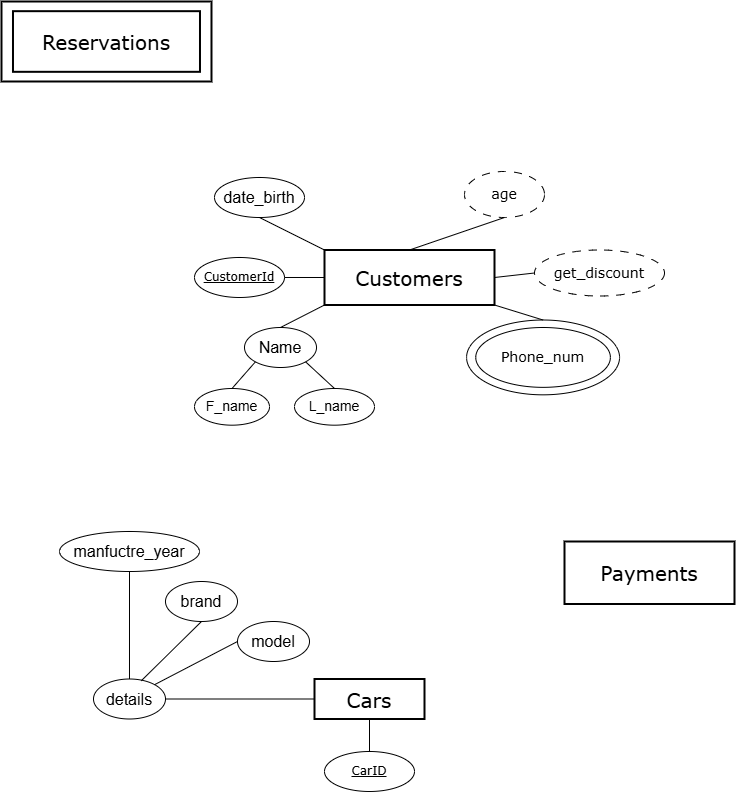
Earlier version of the draw.io export ER Diagram.drawio.png (haneen1705/ERDs). Source tidied: cells renumbered, new cells last; positions are measured from the earlier drawing's top-left corner, leaving out a move shared by most shapes.
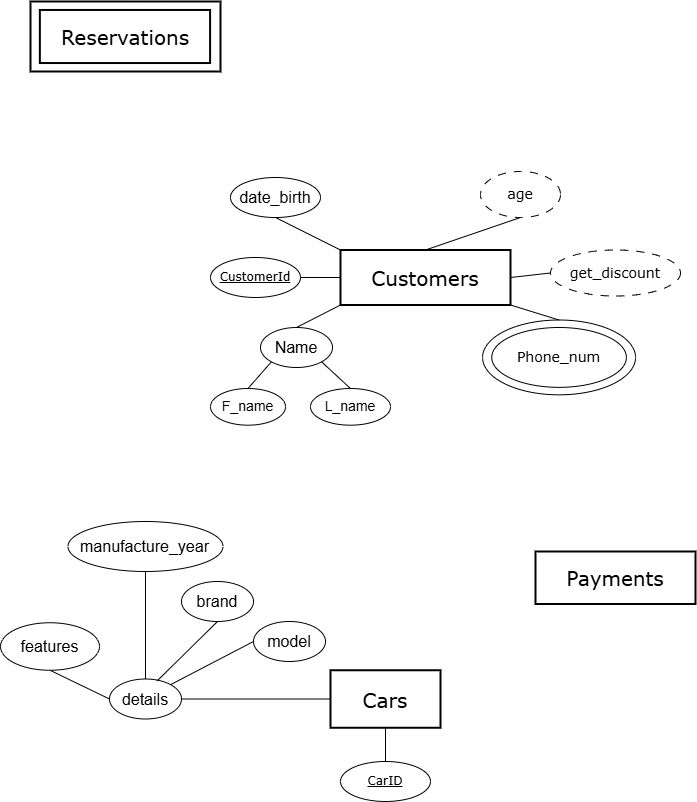
Later version of the same file.

What changed in the source:
```diff
@@ -6,19 +6,19 @@
       <mxGeometry x="323" y="248.5" width="170" height="55" as="geometry" />
     </mxCell>
     <mxCell id="3" value="&lt;font face=&quot;Verdana&quot; style=&quot;font-size: 20px;&quot;&gt;Cars&lt;/font&gt;" style="rounded=0;whiteSpace=wrap;html=1;strokeWidth=2;" parent="1" vertex="1">
-      <mxGeometry x="313" y="677.5" width="110" height="40" as="geometry" />
+      <mxGeometry x="313" y="668.8" width="110" height="57.5" as="geometry" />
     </mxCell>
     <mxCell id="4" value="&lt;font face=&quot;Verdana&quot;&gt;&lt;span style=&quot;font-size: 20px;&quot;&gt;Payments&lt;/span&gt;&lt;/font&gt;" style="rounded=0;whiteSpace=wrap;html=1;strokeWidth=2;" parent="1" vertex="1">
-      <mxGeometry x="563" y="540" width="170" height="62.5" as="geometry" />
+      <mxGeometry x="518" y="550" width="160" height="52.5" as="geometry" />
     </mxCell>
     <mxCell id="5" style="group;" parent="1" vertex="1">
-      <mxGeometry width="210" height="80" as="geometry" />
+      <mxGeometry x="13" width="190" height="70" as="geometry" />
     </mxCell>
     <mxCell id="6" value="&lt;font face=&quot;Verdana&quot; style=&quot;font-size: 20px;&quot;&gt;Reservations&lt;/font&gt;" style="rounded=0;whiteSpace=wrap;html=1;strokeWidth=2;" parent="5" vertex="1">
-      <mxGeometry width="210" height="80" as="geometry" />
+      <mxGeometry width="190" height="70" as="geometry" />
     </mxCell>
     <mxCell id="7" style="rounded=0;whiteSpace=wrap;html=1;strokeWidth=2;fillColor=none;" parent="5" vertex="1">
-      <mxGeometry x="11.5" y="9.7" width="187" height="60.6" as="geometry" />
+      <mxGeometry x="9.4" y="8.5" width="170.2" height="53.1" as="geometry" />
     </mxCell>
     <mxCell id="8" style="endArrow=none;html=1;rounded=0;entryX=0;entryY=1;entryDx=0;entryDy=0;exitX=0.5;exitY=0;exitDx=0;exitDy=0;" parent="1" edge="1" source="20" target="2">
       <mxGeometry relative="1" as="geometry" />
@@ -72,7 +72,7 @@
       <mxGeometry relative="1" as="geometry" />
     </mxCell>
     <mxCell id="25" value="&lt;u&gt;&lt;font face=&quot;Verdana&quot;&gt;CarID&lt;/font&gt;&lt;/u&gt;" style="ellipse;whiteSpace=wrap;html=1;" parent="1" vertex="1">
-      <mxGeometry x="323" y="750" width="90" height="40" as="geometry" />
+      <mxGeometry x="323" y="760" width="90" height="40" as="geometry" />
     </mxCell>
     <mxCell id="26" style="endArrow=none;html=1;rounded=0;entryX=0.5;entryY=1;entryDx=0;entryDy=0;exitX=0.5;exitY=0;exitDx=0;exitDy=0;" parent="1" edge="1" source="25" target="3">
       <mxGeometry relative="1" as="geometry" />
@@ -95,8 +95,8 @@
     <mxCell id="32" value="&lt;font style=&quot;font-size: 16px;&quot;&gt;model&lt;/font&gt;" style="ellipse;whiteSpace=wrap;html=1;" parent="1" vertex="1">
       <mxGeometry x="236" y="620" width="72" height="40" as="geometry" />
     </mxCell>
-    <mxCell id="33" value="&lt;font style=&quot;font-size: 16px;&quot;&gt;manfuctre_year&lt;/font&gt;" style="ellipse;whiteSpace=wrap;html=1;" parent="1" vertex="1">
-      <mxGeometry x="58" y="530" width="140" height="40" as="geometry" />
+    <mxCell id="33" value="&lt;font style=&quot;font-size: 16px;&quot;&gt;manufacture_year&lt;/font&gt;" style="ellipse;whiteSpace=wrap;html=1;" parent="1" vertex="1">
+      <mxGeometry x="50.5" y="520" width="155" height="50" as="geometry" />
     </mxCell>
     <mxCell id="34" style="endArrow=none;html=1;rounded=0;exitX=0.5;exitY=0;exitDx=0;exitDy=0;entryX=0.5;entryY=1;entryDx=0;entryDy=0;" parent="1" edge="1" source="28" target="33">
       <mxGeometry relative="1" as="geometry" />
@@ -107,5 +107,11 @@
     <mxCell id="36" style="endArrow=none;html=1;rounded=0;entryX=0.5;entryY=1;entryDx=0;entryDy=0;exitX=0.664;exitY=0.044;exitDx=0;exitDy=0;exitPerimeter=0;" parent="1" edge="1" source="28" target="35">
       <mxGeometry relative="1" as="geometry" />
     </mxCell>
+    <mxCell id="37" style="endArrow=none;html=1;rounded=0;entryX=0.5;entryY=1;entryDx=0;entryDy=0;exitX=0;exitY=0.5;exitDx=0;exitDy=0;" parent="1" edge="1" source="28" target="38">
+      <mxGeometry relative="1" as="geometry" />
+    </mxCell>
+    <mxCell id="38" value="&lt;font style=&quot;font-size: 16px;&quot;&gt;features&lt;/font&gt;" style="ellipse;whiteSpace=wrap;html=1;" parent="1" vertex="1">
+      <mxGeometry x="-17" y="621.2" width="99" height="47.5" as="geometry" />
+    </mxCell>
   </root>
 </mxGraphModel>
```
